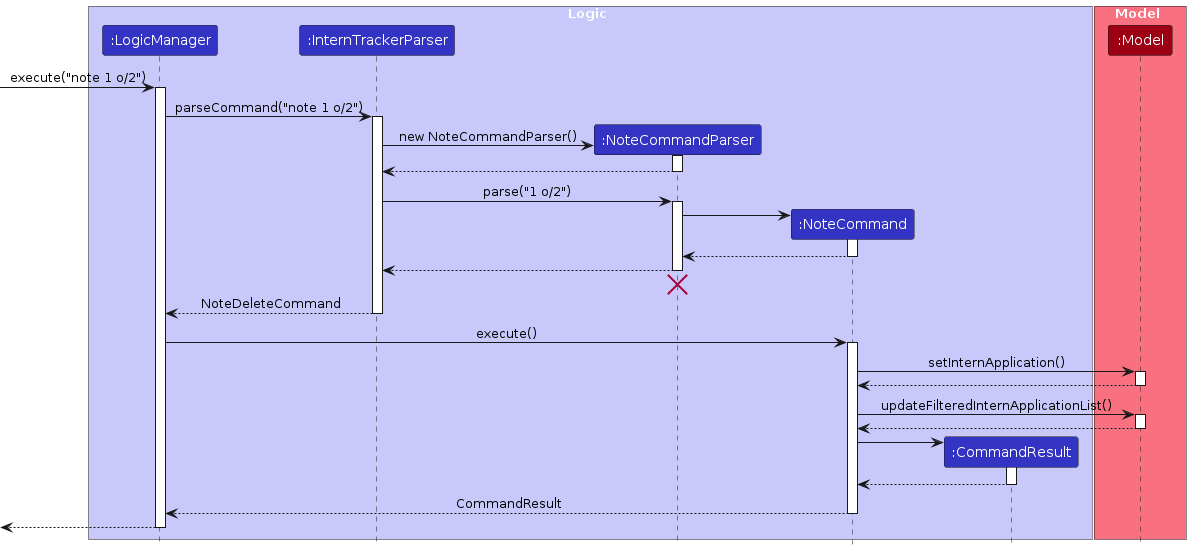
Before: diagrams/NoteDeleteCommandSequenceDiagram.png, a diagram exported from PlantUML (AprupKale/tp). Its source is kept beside it as diagrams/NoteDeleteCommandSequenceDiagram.puml. Source of this version:
```plantuml
@startuml
!include style.puml
skinparam ArrowFontStyle plain

box Logic LOGIC_COLOR_T1
participant ":LogicManager" as LogicManager LOGIC_COLOR
participant ":InternTrackerParser" as InternTrackerParser LOGIC_COLOR
participant ":NoteCommandParser" as NoteCommandParser LOGIC_COLOR
participant ":NoteCommand" as NoteCommand LOGIC_COLOR
participant ":CommandResult" as CommandResult LOGIC_COLOR
end box

box Model MODEL_COLOR_T1
participant ":Model" as Model MODEL_COLOR
end box

[-> LogicManager : execute("note 1 o/2")
activate LogicManager

LogicManager -> InternTrackerParser : parseCommand("note 1 o/2")
activate InternTrackerParser

create NoteCommandParser
InternTrackerParser -> NoteCommandParser : new NoteCommandParser()
activate NoteCommandParser

NoteCommandParser --> InternTrackerParser
deactivate NoteCommandParser

InternTrackerParser -> NoteCommandParser : parse("1 o/2")
activate NoteCommandParser

create NoteCommand
NoteCommandParser -> NoteCommand
activate NoteCommand

NoteCommand --> NoteCommandParser :
deactivate NoteCommand

NoteCommandParser --> InternTrackerParser :
deactivate NoteCommandParser
NoteCommandParser -[hidden]-> InternTrackerParser
destroy NoteCommandParser

InternTrackerParser --> LogicManager : NoteDeleteCommand
deactivate InternTrackerParser

LogicManager -> NoteCommand : execute()
activate NoteCommand

NoteCommand -> Model : setInternApplication()
activate Model

Model --> NoteCommand
deactivate Model

NoteCommand -> Model : updateFilteredInternApplicationList()
activate Model

Model --> NoteCommand
deactivate Model

create CommandResult
NoteCommand -> CommandResult
activate CommandResult

CommandResult --> NoteCommand
deactivate CommandResult

NoteCommand --> LogicManager : CommandResult
deactivate NoteCommand

[<--LogicManager
deactivate LogicManager
@enduml
```
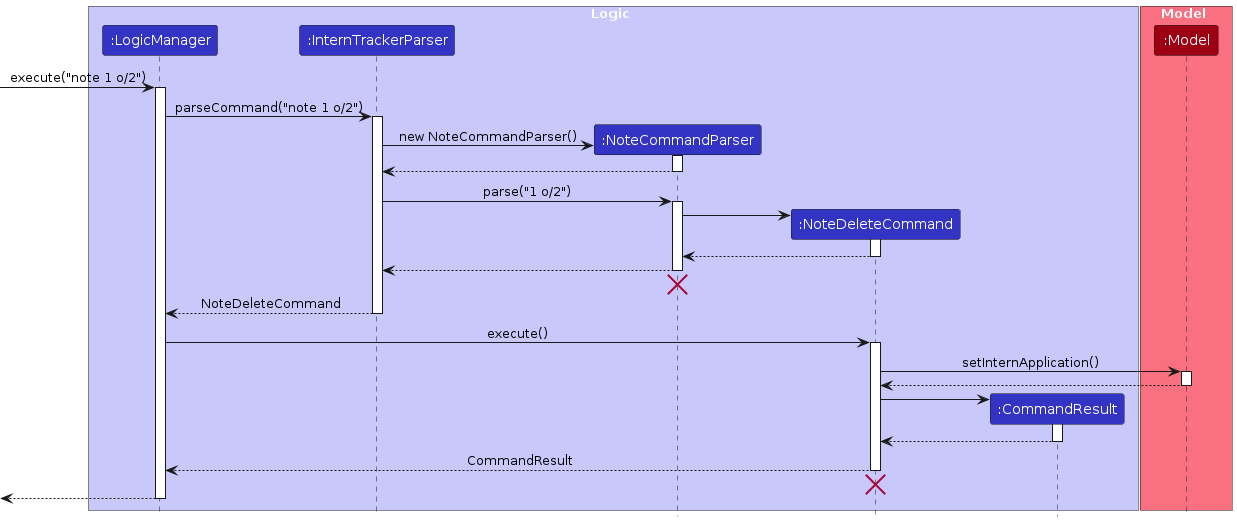
After the commit.

The edit, as a diff of the source:
```diff
@@ -6,7 +6,7 @@
 participant ":LogicManager" as LogicManager LOGIC_COLOR
 participant ":InternTrackerParser" as InternTrackerParser LOGIC_COLOR
 participant ":NoteCommandParser" as NoteCommandParser LOGIC_COLOR
-participant ":NoteCommand" as NoteCommand LOGIC_COLOR
+participant ":NoteDeleteCommand" as NoteDeleteCommand LOGIC_COLOR
 participant ":CommandResult" as CommandResult LOGIC_COLOR
 end box
 
@@ -30,12 +30,12 @@
 InternTrackerParser -> NoteCommandParser : parse("1 o/2")
 activate NoteCommandParser
 
-create NoteCommand
-NoteCommandParser -> NoteCommand
-activate NoteCommand
+create NoteDeleteCommand
+NoteCommandParser -> NoteDeleteCommand
+activate NoteDeleteCommand
 
-NoteCommand --> NoteCommandParser :
-deactivate NoteCommand
+NoteDeleteCommand --> NoteCommandParser :
+deactivate NoteDeleteCommand
 
 NoteCommandParser --> InternTrackerParser :
 deactivate NoteCommandParser
@@ -45,30 +45,26 @@
 InternTrackerParser --> LogicManager : NoteDeleteCommand
 deactivate InternTrackerParser
 
-LogicManager -> NoteCommand : execute()
-activate NoteCommand
+LogicManager -> NoteDeleteCommand : execute()
+activate NoteDeleteCommand
 
-NoteCommand -> Model : setInternApplication()
+NoteDeleteCommand -> Model : setInternApplication()
 activate Model
 
-Model --> NoteCommand
-deactivate Model
-
-NoteCommand -> Model : updateFilteredInternApplicationList()
-activate Model
-
-Model --> NoteCommand
+Model --> NoteDeleteCommand
 deactivate Model
 
 create CommandResult
-NoteCommand -> CommandResult
+NoteDeleteCommand -> CommandResult
 activate CommandResult
 
-CommandResult --> NoteCommand
+CommandResult --> NoteDeleteCommand
 deactivate CommandResult
 
-NoteCommand --> LogicManager : CommandResult
-deactivate NoteCommand
+NoteDeleteCommand --> LogicManager : CommandResult
+deactivate NoteDeleteCommand
+NoteDeleteCommand -[hidden]-> LogicManager
+destroy NoteDeleteCommand
 
 [<--LogicManager
 deactivate LogicManager
```
